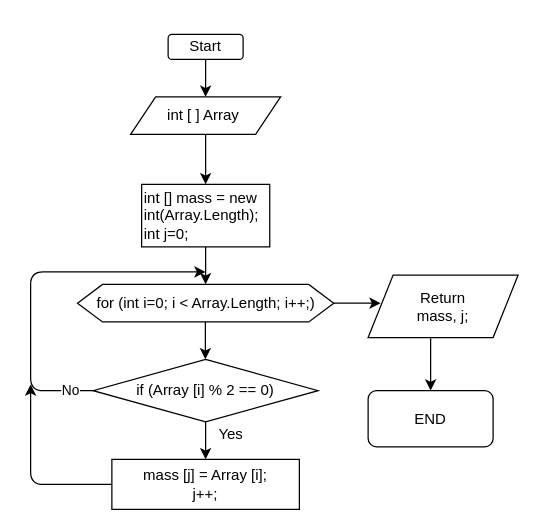
Above: 2021/BlockDiagram/GetEvenIntegers_method.drawio in AbubakirovRA/FinalWork2021 (draw.io), before the change. Source tidied: cells renumbered, new cells numbered last; positions are measured from the earlier drawing's top-left corner, leaving out a move shared by most shapes. Both pictures are drawn from the tidied source at 125%, with x=0, y=0 at pixel (30, 34).
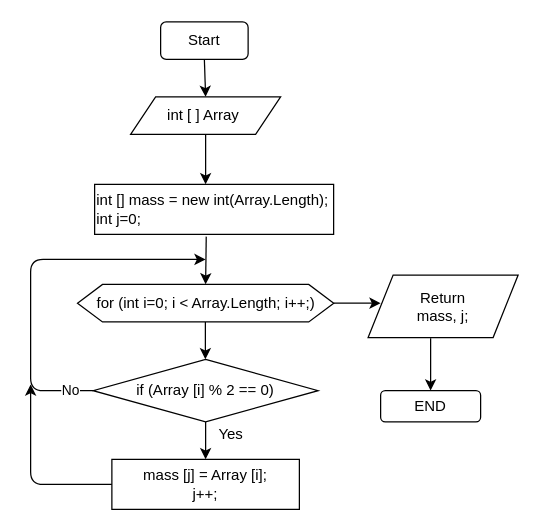
After the change.

Unchanged cells that the change refers to:
```xml
<mxCell id="6" value="&lt;div style=&quot;text-align: left&quot;&gt;&lt;span&gt;for (int i=0; i &amp;lt; Array.Length; i++;)&lt;/span&gt;&lt;/div&gt;" style="shape=hexagon;perimeter=hexagonPerimeter2;whiteSpace=wrap;html=1;fixedSize=1;" parent="1" vertex="1">
  <mxGeometry x="37.5" y="200" width="205" height="30" as="geometry" />
</mxCell>
<mxCell id="8" value="if (Array [i] % 2 == 0)" style="rhombus;whiteSpace=wrap;html=1;" parent="1" vertex="1">
  <mxGeometry x="50" y="260" width="180" height="50" as="geometry" />
</mxCell>
```

Change to the diagram source:
```diff
@@
     <mxCell id="2" value="Start" style="rounded=1;whiteSpace=wrap;html=1;" parent="1" vertex="1">
-      <mxGeometry x="110" width="60" height="20" as="geometry" />
+      <mxGeometry x="104" y="-10" width="70" height="30" as="geometry" />
     </mxCell>
@@
     <mxCell id="4" value="int [] mass = new int(Array.Length);&lt;br&gt;int j=0;" style="rounded=0;whiteSpace=wrap;html=1;align=left;" parent="1" vertex="1">
-      <mxGeometry x="88.8" y="120" width="102.5" height="50" as="geometry" />
+      <mxGeometry x="51.2" y="120" width="191.2" height="40" as="geometry" />
     </mxCell>
-    <mxCell id="5" style="endArrow=classic;html=1;entryX=0.5;entryY=0;entryDx=0;entryDy=0;" parent="1" edge="1" target="6">
-      <mxGeometry relative="1" as="geometry">
-        <mxPoint x="140" y="170" as="sourcePoint" />
-      </mxGeometry>
+    <mxCell id="5" style="endArrow=classic;html=1;entryX=0.5;entryY=0;entryDx=0;entryDy=0;exitX=0.467;exitY=1.045;exitDx=0;exitDy=0;exitPerimeter=0;" parent="1" edge="1" source="4" target="6">
+      <mxGeometry relative="1" as="geometry" />
     </mxCell>
@@
     <mxCell id="11" style="endArrow=classic;html=1;exitX=0;exitY=0.5;exitDx=0;exitDy=0;" parent="1" edge="1" source="8">
       <mxGeometry relative="1" as="geometry">
-        <mxPoint x="140" y="190" as="targetPoint" />
+        <mxPoint x="140" y="180" as="targetPoint" />
         <Array as="points">
           <mxPoint y="285" />
-          <mxPoint y="190" />
+          <mxPoint y="180" />
         </Array>
       </mxGeometry>
     </mxCell>
@@
     <mxCell id="14" value="END" style="rounded=1;whiteSpace=wrap;html=1;" parent="1" vertex="1">
-      <mxGeometry x="270" y="285" width="100" height="45" as="geometry" />
+      <mxGeometry x="280" y="285" width="80" height="25" as="geometry" />
     </mxCell>
```
